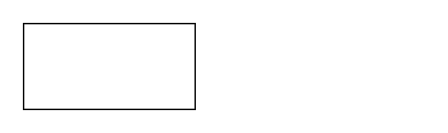
Before: Untitled Diagram.drawio in DhirajBashyal/RPA-Labs, a draw.io diagram. Source tidied: cells renumbered, new cells numbered last; positions are measured from the earlier drawing's top-left corner, leaving out a move shared by most shapes. Both pictures are drawn from the tidied source at 143%, with x=0, y=0 at pixel (23, 23).
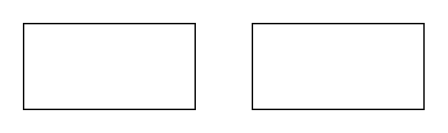
After the change.

The edit, as a diff of the source:
```diff
@@
 <mxGraphModel>
   <root>
     <mxCell id="0" />
     <mxCell id="1" parent="0" />
     <mxCell id="2" style="rounded=0;whiteSpace=wrap;html=1;" parent="1" vertex="1">
       <mxGeometry width="120" height="60" as="geometry" />
     </mxCell>
+    <mxCell id="3" style="rounded=0;whiteSpace=wrap;html=1;" parent="1" vertex="1">
+      <mxGeometry x="160" width="120" height="60" as="geometry" />
+    </mxCell>
   </root>
 </mxGraphModel>
```
